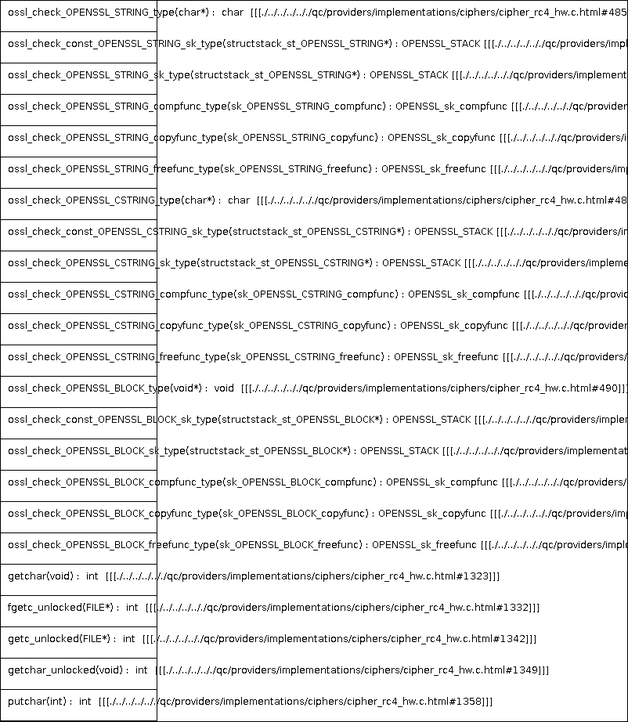
The PlantUML diagram docs/qc/providers/implementations/ciphers/cipher_rc4_hw.c.png in qualitesys/openssl, before a commit. Its source is kept beside it as docs/qc/providers/implementations/ciphers/cipher_rc4_hw.c.puml.
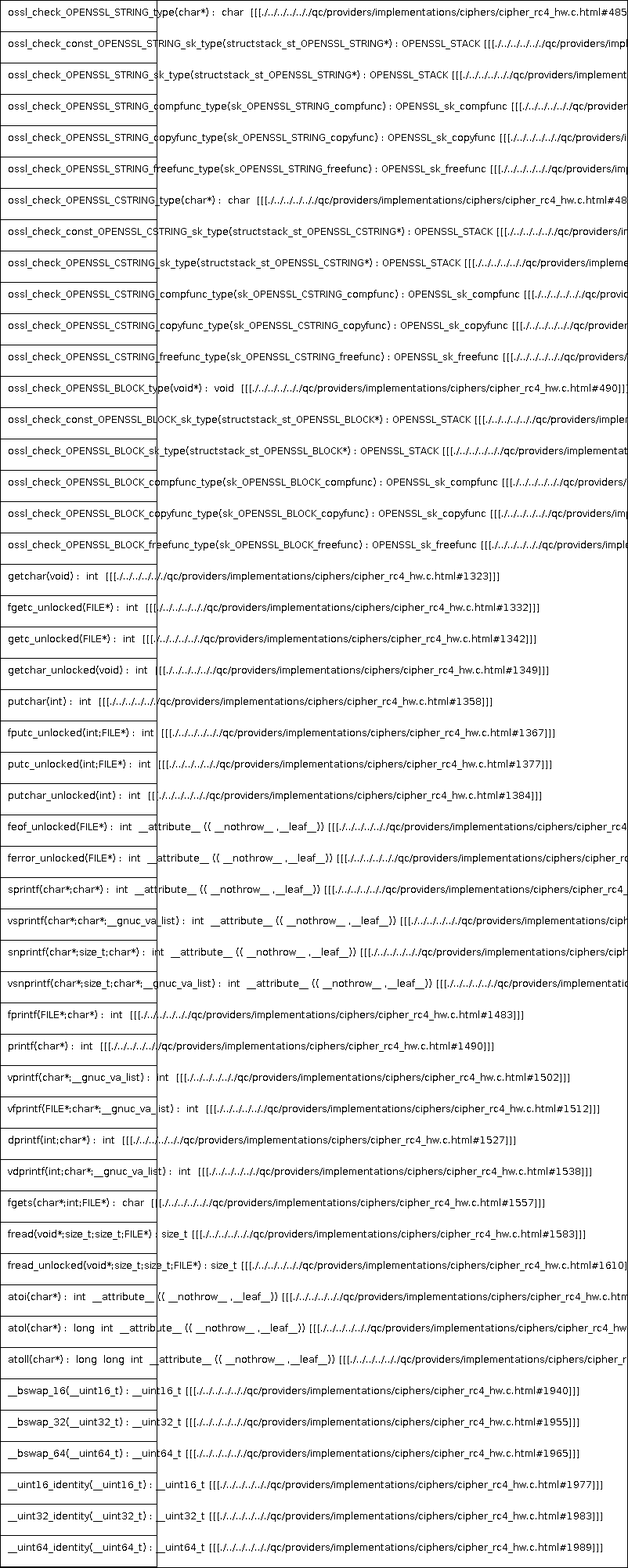
The same diagram one commit later.

Diff of the diagram source:
```diff
@@ -24,5 +24,32 @@
 getc_unlocked(FILE*) :  int  [[[./../../../.././qc/providers/implementations/ciphers/cipher_rc4_hw.c.html#1342]]]
 getchar_unlocked(void) :  int  [[[./../../../.././qc/providers/implementations/ciphers/cipher_rc4_hw.c.html#1349]]]
 putchar(int) :  int  [[[./../../../.././qc/providers/implementations/ciphers/cipher_rc4_hw.c.html#1358]]]
+fputc_unlocked(int;FILE*) :  int  [[[./../../../.././qc/providers/implementations/ciphers/cipher_rc4_hw.c.html#1367]]]
+putc_unlocked(int;FILE*) :  int  [[[./../../../.././qc/providers/implementations/ciphers/cipher_rc4_hw.c.html#1377]]]
+putchar_unlocked(int) :  int  [[[./../../../.././qc/providers/implementations/ciphers/cipher_rc4_hw.c.html#1384]]]
+feof_unlocked(FILE*) :  int  __attribute__ (( __nothrow__ ,__leaf__)) [[[./../../../.././qc/providers/implementations/ciphers/cipher_rc4_hw.c.html#1390]]]
+ferror_unlocked(FILE*) :  int  __attribute__ (( __nothrow__ ,__leaf__)) [[[./../../../.././qc/providers/implementations/ciphers/cipher_rc4_hw.c.html#1397]]]
+sprintf(char*;char*) :  int  __attribute__ (( __nothrow__ ,__leaf__)) [[[./../../../.././qc/providers/implementations/ciphers/cipher_rc4_hw.c.html#1416]]]
+vsprintf(char*;char*;__gnuc_va_list) :  int  __attribute__ (( __nothrow__ ,__leaf__)) [[[./../../../.././qc/providers/implementations/ciphers/cipher_rc4_hw.c.html#1429]]]
+snprintf(char*;size_t;char*) :  int  __attribute__ (( __nothrow__ ,__leaf__)) [[[./../../../.././qc/providers/implementations/ciphers/cipher_rc4_hw.c.html#1448]]]
+vsnprintf(char*;size_t;char*;__gnuc_va_list) :  int  __attribute__ (( __nothrow__ ,__leaf__)) [[[./../../../.././qc/providers/implementations/ciphers/cipher_rc4_hw.c.html#1462]]]
+fprintf(FILE*;char*) :  int  [[[./../../../.././qc/providers/implementations/ciphers/cipher_rc4_hw.c.html#1483]]]
+printf(char*) :  int  [[[./../../../.././qc/providers/implementations/ciphers/cipher_rc4_hw.c.html#1490]]]
+vprintf(char*;__gnuc_va_list) :  int  [[[./../../../.././qc/providers/implementations/ciphers/cipher_rc4_hw.c.html#1502]]]
+vfprintf(FILE*;char*;__gnuc_va_list) :  int  [[[./../../../.././qc/providers/implementations/ciphers/cipher_rc4_hw.c.html#1512]]]
+dprintf(int;char*) :  int  [[[./../../../.././qc/providers/implementations/ciphers/cipher_rc4_hw.c.html#1527]]]
+vdprintf(int;char*;__gnuc_va_list) :  int  [[[./../../../.././qc/providers/implementations/ciphers/cipher_rc4_hw.c.html#1538]]]
+fgets(char*;int;FILE*) :  char  [[[./../../../.././qc/providers/implementations/ciphers/cipher_rc4_hw.c.html#1557]]]
+fread(void*;size_t;size_t;FILE*) : size_t [[[./../../../.././qc/providers/implementations/ciphers/cipher_rc4_hw.c.html#1583]]]
+fread_unlocked(void*;size_t;size_t;FILE*) : size_t [[[./../../../.././qc/providers/implementations/ciphers/cipher_rc4_hw.c.html#1610]]]
+atoi(char*) :  int  __attribute__ (( __nothrow__ ,__leaf__)) [[[./../../../.././qc/providers/implementations/ciphers/cipher_rc4_hw.c.html#1781]]]
+atol(char*) :  long  int  __attribute__ (( __nothrow__ ,__leaf__)) [[[./../../../.././qc/providers/implementations/ciphers/cipher_rc4_hw.c.html#1786]]]
+atoll(char*) :  long  long  int  __attribute__ (( __nothrow__ ,__leaf__)) [[[./../../../.././qc/providers/implementations/ciphers/cipher_rc4_hw.c.html#1793]]]
+__bswap_16(__uint16_t) : __uint16_t [[[./../../../.././qc/providers/implementations/ciphers/cipher_rc4_hw.c.html#1940]]]
+__bswap_32(__uint32_t) : __uint32_t [[[./../../../.././qc/providers/implementations/ciphers/cipher_rc4_hw.c.html#1955]]]
+__bswap_64(__uint64_t) : __uint64_t [[[./../../../.././qc/providers/implementations/ciphers/cipher_rc4_hw.c.html#1965]]]
+__uint16_identity(__uint16_t) : __uint16_t [[[./../../../.././qc/providers/implementations/ciphers/cipher_rc4_hw.c.html#1977]]]
+__uint32_identity(__uint32_t) : __uint32_t [[[./../../../.././qc/providers/implementations/ciphers/cipher_rc4_hw.c.html#1983]]]
+__uint64_identity(__uint64_t) : __uint64_t [[[./../../../.././qc/providers/implementations/ciphers/cipher_rc4_hw.c.html#1989]]]
 }
 @enduml
```
